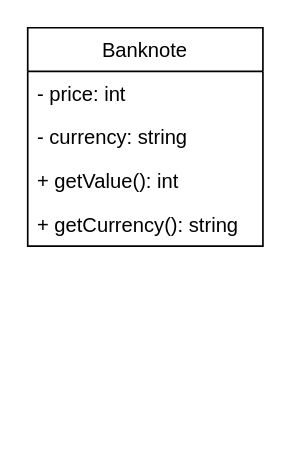
Above: folder/Banknote.drawio.xml in bondarenkoigor/UML (draw.io), before the change. Source tidied: cells renumbered, new cells numbered last; positions are measured from the earlier drawing's top-left corner, leaving out a move shared by most shapes. Both pictures are drawn from the tidied source at 168%, with x=0, y=0 at pixel (27, 27).
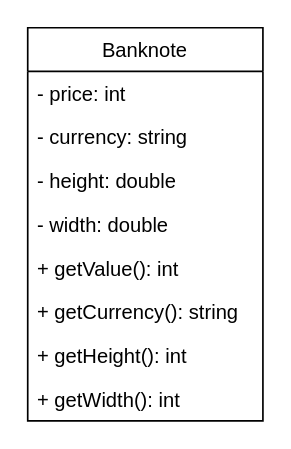
Above is the later version.

Commit message:
Height and width added.drawio.xml

The edit, as a diff of the source:
```diff
@@
 <mxGraphModel>
   <root>
     <mxCell id="0" />
     <mxCell id="1" parent="0" />
     <mxCell id="2" value="Banknote" style="swimlane;fontStyle=0;horizontal=1;startSize=26;fillColor=none;" parent="1" vertex="1">
-      <mxGeometry width="140" height="130" as="geometry" />
+      <mxGeometry width="140" height="234" as="geometry" />
     </mxCell>
     <mxCell id="3" value="- price: int" style="text;strokeColor=none;fillColor=none;align=left;verticalAlign=top;spacingLeft=4;spacingRight=4;overflow=hidden;" parent="2" vertex="1">
       <mxGeometry y="26" width="140" height="26" as="geometry" />
     </mxCell>
     <mxCell id="4" value="- currency: string" style="text;strokeColor=none;fillColor=none;align=left;verticalAlign=top;spacingLeft=4;spacingRight=4;overflow=hidden;" parent="2" vertex="1">
       <mxGeometry y="52" width="140" height="26" as="geometry" />
     </mxCell>
+    <mxCell id="7" value="- height: double" style="text;strokeColor=none;fillColor=none;align=left;verticalAlign=top;spacingLeft=4;spacingRight=4;overflow=hidden;" parent="2" vertex="1">
+      <mxGeometry y="78" width="140" height="26" as="geometry" />
+    </mxCell>
+    <mxCell id="8" value="- width: double" style="text;strokeColor=none;fillColor=none;align=left;verticalAlign=top;spacingLeft=4;spacingRight=4;overflow=hidden;" parent="2" vertex="1">
+      <mxGeometry y="104" width="140" height="26" as="geometry" />
+    </mxCell>
     <mxCell id="5" value="+ getValue(): int " style="text;strokeColor=none;fillColor=none;align=left;verticalAlign=top;spacingLeft=4;spacingRight=4;overflow=hidden;" parent="2" vertex="1">
-      <mxGeometry y="78" width="140" height="26" as="geometry" />
+      <mxGeometry y="130" width="140" height="26" as="geometry" />
     </mxCell>
     <mxCell id="6" value="+ getCurrency(): string" style="text;strokeColor=none;fillColor=none;align=left;verticalAlign=top;spacingLeft=4;spacingRight=4;overflow=hidden;" parent="2" vertex="1">
-      <mxGeometry y="104" width="140" height="26" as="geometry" />
+      <mxGeometry y="156" width="140" height="26" as="geometry" />
     </mxCell>
+    <mxCell id="9" value="+ getHeight(): int" style="text;strokeColor=none;fillColor=none;align=left;verticalAlign=top;spacingLeft=4;spacingRight=4;overflow=hidden;" parent="2" vertex="1">
+      <mxGeometry y="182" width="140" height="26" as="geometry" />
+    </mxCell>
+    <mxCell id="10" value="+ getWidth(): int" style="text;strokeColor=none;fillColor=none;align=left;verticalAlign=top;spacingLeft=4;spacingRight=4;overflow=hidden;" parent="2" vertex="1">
+      <mxGeometry y="208" width="140" height="26" as="geometry" />
+    </mxCell>
   </root>
 </mxGraphModel>
```
